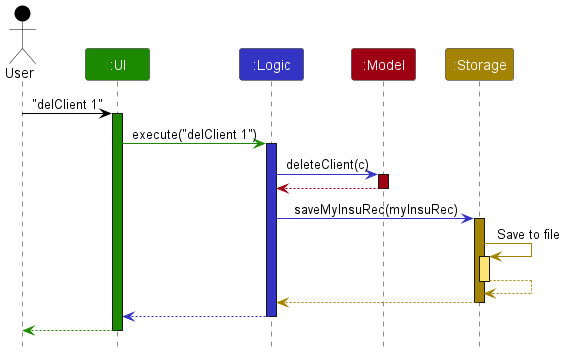
This is docs/images/ArchitectureSequenceDiagram.png from nus-cs2103-AY2223S1/tp, a PlantUML export, as it was before one commit.
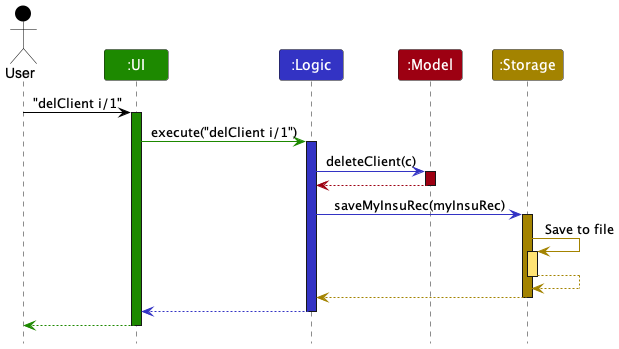
Later version of the same file.

Change to the diagram source:
```diff
@@ -7,10 +7,10 @@
 Participant ":Model" as model MODEL_COLOR
 Participant ":Storage" as storage STORAGE_COLOR
 
-user -[USER_COLOR]> ui : "delClient 1"
+user -[USER_COLOR]> ui : "delClient i/1"
 activate ui UI_COLOR
 
-ui -[UI_COLOR]> logic : execute("delClient 1")
+ui -[UI_COLOR]> logic : execute("delClient i/1")
 activate logic LOGIC_COLOR
 
 logic -[LOGIC_COLOR]> model : deleteClient(c)
```
